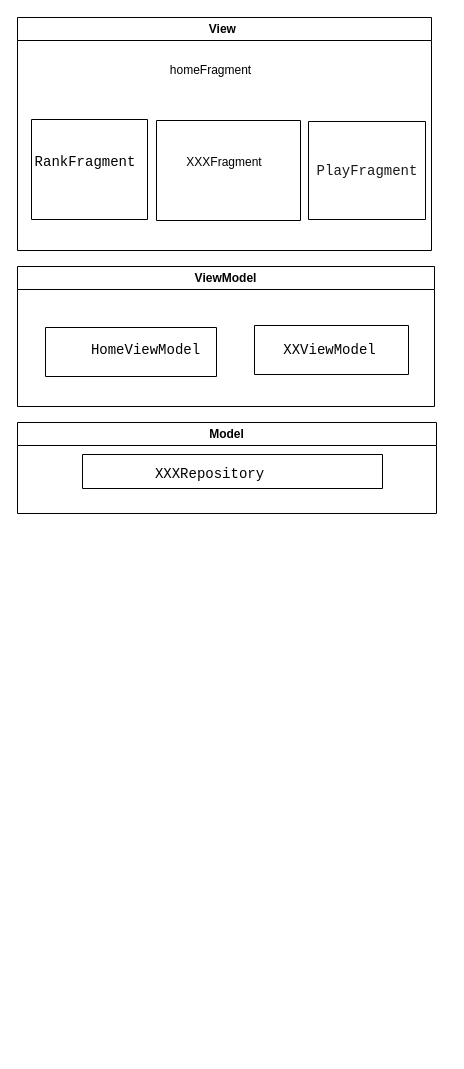
Above: 未命名绘图.drawio in SexyTom/ActionBarEx (draw.io), before the change. Source tidied: cells renumbered, new cells numbered last; positions are measured from the earlier drawing's top-left corner, leaving out a move shared by most shapes. Both pictures are drawn from the tidied source at 100%, with x=0, y=0 at pixel (17, 17).
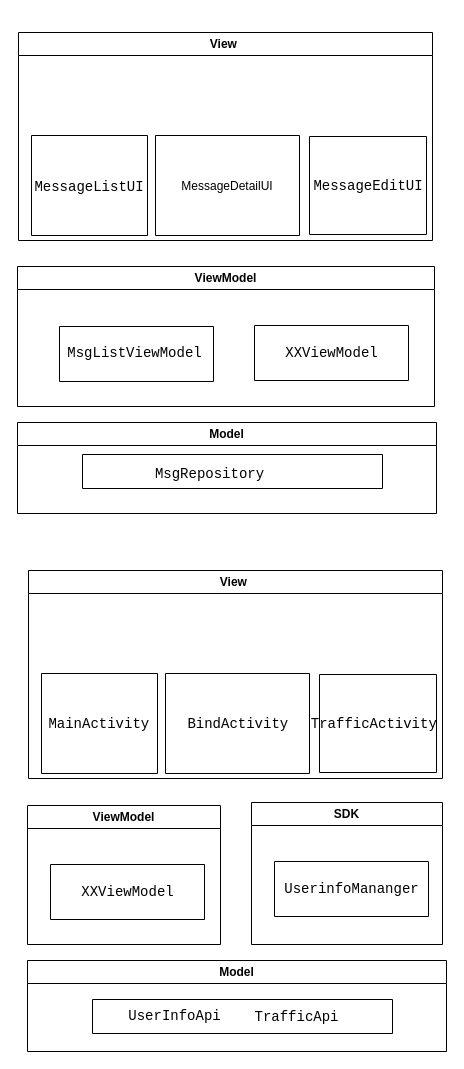
The same diagram, later.

Commit message:
更新未命名绘图.drawio

The change refers to these unchanged cells:
```xml
<mxCell id="3" style="swimlane;startSize=0;" parent="2" vertex="1">
  <mxGeometry x="291" y="104" width="117" height="98" as="geometry" />
</mxCell>
<mxCell id="10" value="ViewModel" style="swimlane;whiteSpace=wrap;html=1;" parent="1" vertex="1">
  <mxGeometry y="249" width="417" height="140" as="geometry" />
</mxCell>
```

The edit, as a diff of the source:
```diff
@@
     <mxCell id="2" value="View&amp;nbsp;" style="swimlane;whiteSpace=wrap;html=1;" parent="1" vertex="1">
-      <mxGeometry width="414" height="233" as="geometry" />
+      <mxGeometry x="1" y="15" width="414" height="208" as="geometry" />
     </mxCell>
@@
-    <mxCell id="4" value="&lt;div style=&quot;font-family: Consolas, &amp;quot;Courier New&amp;quot;, monospace; font-size: 14px; line-height: 19px;&quot;&gt;&lt;span style=&quot;background-color: rgb(255, 255, 255);&quot;&gt;&lt;font color=&quot;#1a1a1a&quot;&gt;PlayFragment&lt;/font&gt;&lt;/span&gt;&lt;/div&gt;" style="text;html=1;strokeColor=none;fillColor=none;align=center;verticalAlign=middle;whiteSpace=wrap;rounded=0;" parent="3" vertex="1">
+    <mxCell id="4" value="&lt;div style=&quot;font-family: Consolas, &amp;quot;Courier New&amp;quot;, monospace; font-size: 14px; line-height: 19px;&quot;&gt;MessageEditUI&lt;br&gt;&lt;/div&gt;" style="text;html=1;strokeColor=none;fillColor=none;align=center;verticalAlign=middle;whiteSpace=wrap;rounded=0;" parent="3" vertex="1">
       <mxGeometry x="28.5" y="35" width="60" height="30" as="geometry" />
     </mxCell>
     <mxCell id="5" style="swimlane;startSize=0;" parent="2" vertex="1">
-      <mxGeometry x="139" y="103" width="144" height="100" as="geometry" />
+      <mxGeometry x="137" y="103" width="144" height="100" as="geometry" />
     </mxCell>
-    <mxCell id="6" value="XXXFragment" style="text;html=1;strokeColor=none;fillColor=none;align=center;verticalAlign=middle;whiteSpace=wrap;rounded=0;" parent="5" vertex="1">
-      <mxGeometry x="38" y="27" width="60" height="30" as="geometry" />
+    <mxCell id="6" value="MessageDetailUI" style="text;html=1;strokeColor=none;fillColor=none;align=center;verticalAlign=middle;whiteSpace=wrap;rounded=0;" parent="5" vertex="1">
+      <mxGeometry x="42" y="36" width="60" height="30" as="geometry" />
     </mxCell>
+    <mxCell id="18" style="edgeStyle=none;curved=1;rounded=0;orthogonalLoop=1;jettySize=auto;html=1;exitX=1;exitY=0;exitDx=0;exitDy=0;fontSize=12;startSize=8;endSize=8;" parent="2" edge="1" source="5" target="5">
+      <mxGeometry relative="1" as="geometry" />
+    </mxCell>
     <mxCell id="7" style="swimlane;startSize=0;" parent="1" vertex="1">
-      <mxGeometry x="14" y="102" width="116" height="100" as="geometry" />
+      <mxGeometry x="14" y="118" width="116" height="100" as="geometry" />
     </mxCell>
-    <mxCell id="8" value="&lt;div style=&quot;font-family: Consolas, &amp;quot;Courier New&amp;quot;, monospace; font-size: 14px; line-height: 19px;&quot;&gt;&lt;span style=&quot;background-color: rgb(255, 255, 255);&quot;&gt;RankFragment&lt;/span&gt;&lt;/div&gt;" style="text;html=1;strokeColor=none;fillColor=none;align=center;verticalAlign=middle;whiteSpace=wrap;rounded=0;" parent="7" vertex="1">
-      <mxGeometry x="23.5" y="28" width="60" height="30" as="geometry" />
+    <mxCell id="8" value="&lt;div style=&quot;font-family: Consolas, &amp;quot;Courier New&amp;quot;, monospace; font-size: 14px; line-height: 19px;&quot;&gt;MessageListUI&lt;br&gt;&lt;/div&gt;" style="text;html=1;strokeColor=none;fillColor=none;align=center;verticalAlign=middle;whiteSpace=wrap;rounded=0;" parent="7" vertex="1">
+      <mxGeometry x="28" y="37" width="60" height="30" as="geometry" />
     </mxCell>
-    <mxCell id="9" value="homeFragment" style="text;html=1;align=center;verticalAlign=middle;strokeColor=none;fillColor=none;" parent="1" vertex="1">
-      <mxGeometry x="143" y="40" width="99" height="26" as="geometry" />
-    </mxCell>
@@
-    <mxCell id="11" style="swimlane;startSize=0;" parent="10" vertex="1">
-      <mxGeometry x="28" y="61" width="171" height="49" as="geometry" />
-    </mxCell>
-    <mxCell id="12" value="&lt;div style=&quot;font-family: Consolas, &amp;quot;Courier New&amp;quot;, monospace; font-size: 14px; line-height: 19px;&quot;&gt;&lt;span style=&quot;background-color: rgb(255, 255, 255);&quot;&gt;HomeViewModel&lt;/span&gt;&lt;/div&gt;" style="text;html=1;align=center;verticalAlign=middle;strokeColor=none;fillColor=none;" parent="11" vertex="1">
-      <mxGeometry x="41" y="7" width="118" height="31" as="geometry" />
-    </mxCell>
     <mxCell id="13" style="swimlane;startSize=0;" parent="10" vertex="1">
-      <mxGeometry x="237" y="59" width="154" height="49" as="geometry" />
+      <mxGeometry x="237" y="59" width="154" height="55" as="geometry" />
     </mxCell>
-    <mxCell id="14" value="&lt;div style=&quot;font-family: Consolas, &amp;quot;Courier New&amp;quot;, monospace; font-size: 14px; line-height: 19px;&quot;&gt;&lt;span style=&quot;background-color: rgb(255, 255, 255);&quot;&gt;XX&lt;/span&gt;&lt;span style=&quot;background-color: rgb(255, 255, 255);&quot;&gt;ViewModel&lt;/span&gt;&lt;/div&gt;" style="text;html=1;align=center;verticalAlign=middle;strokeColor=none;fillColor=none;" parent="10" vertex="1">
-      <mxGeometry x="260" y="68" width="103" height="31" as="geometry" />
+    <mxCell id="14" value="&lt;div style=&quot;font-family: Consolas, &amp;quot;Courier New&amp;quot;, monospace; font-size: 14px; line-height: 19px;&quot;&gt;&lt;span style=&quot;background-color: rgb(255, 255, 255);&quot;&gt;XX&lt;/span&gt;&lt;span style=&quot;background-color: rgb(255, 255, 255);&quot;&gt;ViewModel&lt;/span&gt;&lt;/div&gt;" style="text;html=1;align=center;verticalAlign=middle;strokeColor=none;fillColor=none;" parent="13" vertex="1">
+      <mxGeometry x="25" y="12" width="103" height="31" as="geometry" />
     </mxCell>
+    <mxCell id="19" style="swimlane;startSize=0;" parent="10" vertex="1">
+      <mxGeometry x="42" y="60" width="154" height="55" as="geometry" />
+    </mxCell>
+    <mxCell id="20" value="&lt;div style=&quot;font-family: Consolas, &amp;quot;Courier New&amp;quot;, monospace; font-size: 14px; line-height: 19px;&quot;&gt;&lt;span style=&quot;background-color: rgb(255, 255, 255);&quot;&gt;MsgListViewModel&lt;/span&gt;&lt;/div&gt;" style="text;html=1;align=center;verticalAlign=middle;strokeColor=none;fillColor=none;" parent="10" vertex="1">
+      <mxGeometry x="46" y="71" width="141" height="31" as="geometry" />
+    </mxCell>
@@
-    <mxCell id="17" value="&lt;div style=&quot;font-family: Consolas, &amp;quot;Courier New&amp;quot;, monospace; font-size: 14px; line-height: 19px;&quot;&gt;&lt;div style=&quot;line-height: 19px;&quot;&gt;&lt;span style=&quot;background-color: rgb(255, 255, 255);&quot;&gt;XXXRepository&lt;/span&gt;&lt;/div&gt;&lt;/div&gt;" style="text;html=1;align=center;verticalAlign=middle;strokeColor=none;fillColor=none;" parent="1" vertex="1">
+    <mxCell id="17" value="&lt;div style=&quot;font-family: Consolas, &amp;quot;Courier New&amp;quot;, monospace; font-size: 14px; line-height: 19px;&quot;&gt;&lt;div style=&quot;line-height: 19px;&quot;&gt;&lt;span style=&quot;background-color: rgb(255, 255, 255);&quot;&gt;MsgRepository&lt;/span&gt;&lt;/div&gt;&lt;/div&gt;" style="text;html=1;align=center;verticalAlign=middle;strokeColor=none;fillColor=none;" parent="1" vertex="1">
       <mxGeometry x="133" y="441" width="118" height="31" as="geometry" />
     </mxCell>
+    <mxCell id="21" value="View&amp;nbsp;" style="swimlane;whiteSpace=wrap;html=1;" parent="1" vertex="1">
+      <mxGeometry x="11" y="553" width="414" height="208" as="geometry" />
+    </mxCell>
+    <mxCell id="22" style="swimlane;startSize=0;" parent="21" vertex="1">
+      <mxGeometry x="291" y="104" width="117" height="98" as="geometry" />
+    </mxCell>
+    <mxCell id="23" value="&lt;div style=&quot;font-family: Consolas, &amp;quot;Courier New&amp;quot;, monospace; font-size: 14px; line-height: 19px;&quot;&gt;TrafficActivity&amp;nbsp;&lt;br&gt;&lt;/div&gt;" style="text;html=1;strokeColor=none;fillColor=none;align=center;verticalAlign=middle;whiteSpace=wrap;rounded=0;" parent="22" vertex="1">
+      <mxGeometry x="28.5" y="35" width="60" height="30" as="geometry" />
+    </mxCell>
+    <mxCell id="24" style="swimlane;startSize=0;" parent="21" vertex="1">
+      <mxGeometry x="137" y="103" width="144" height="100" as="geometry" />
+    </mxCell>
+    <mxCell id="25" value="&lt;div style=&quot;font-family: Consolas, &amp;quot;Courier New&amp;quot;, monospace; font-size: 14px; line-height: 19px;&quot;&gt;BindActivity&amp;nbsp;&lt;br&gt;&lt;/div&gt;" style="text;html=1;strokeColor=none;fillColor=none;align=center;verticalAlign=middle;whiteSpace=wrap;rounded=0;" parent="24" vertex="1">
+      <mxGeometry x="47" y="36" width="60" height="30" as="geometry" />
+    </mxCell>
+    <mxCell id="26" style="edgeStyle=none;curved=1;rounded=0;orthogonalLoop=1;jettySize=auto;html=1;exitX=1;exitY=0;exitDx=0;exitDy=0;fontSize=12;startSize=8;endSize=8;" parent="21" edge="1" source="24" target="24">
+      <mxGeometry relative="1" as="geometry" />
+    </mxCell>
+    <mxCell id="27" style="swimlane;startSize=0;" parent="1" vertex="1">
+      <mxGeometry x="24" y="656" width="116" height="100" as="geometry" />
+    </mxCell>
+    <mxCell id="28" value="&lt;div style=&quot;font-family: Consolas, &amp;quot;Courier New&amp;quot;, monospace; font-size: 14px; line-height: 19px;&quot;&gt;MainActivity&amp;nbsp;&lt;br&gt;&lt;/div&gt;" style="text;html=1;strokeColor=none;fillColor=none;align=center;verticalAlign=middle;whiteSpace=wrap;rounded=0;" parent="27" vertex="1">
+      <mxGeometry x="32" y="36" width="60" height="30" as="geometry" />
+    </mxCell>
+    <mxCell id="29" value="ViewModel" style="swimlane;whiteSpace=wrap;html=1;" parent="1" vertex="1">
+      <mxGeometry x="10" y="788" width="193" height="139" as="geometry" />
+    </mxCell>
+    <mxCell id="30" style="swimlane;startSize=0;" parent="29" vertex="1">
+      <mxGeometry x="23" y="59" width="154" height="55" as="geometry" />
+    </mxCell>
+    <mxCell id="31" value="&lt;div style=&quot;font-family: Consolas, &amp;quot;Courier New&amp;quot;, monospace; font-size: 14px; line-height: 19px;&quot;&gt;&lt;span style=&quot;background-color: rgb(255, 255, 255);&quot;&gt;XX&lt;/span&gt;&lt;span style=&quot;background-color: rgb(255, 255, 255);&quot;&gt;ViewModel&lt;/span&gt;&lt;/div&gt;" style="text;html=1;align=center;verticalAlign=middle;strokeColor=none;fillColor=none;" parent="30" vertex="1">
+      <mxGeometry x="25" y="12" width="103" height="31" as="geometry" />
+    </mxCell>
+    <mxCell id="32" value="Model" style="swimlane;whiteSpace=wrap;html=1;" parent="1" vertex="1">
+      <mxGeometry x="10" y="943" width="419" height="91" as="geometry" />
+    </mxCell>
+    <mxCell id="33" style="swimlane;startSize=0;" parent="32" vertex="1">
+      <mxGeometry x="65" y="39" width="300" height="34" as="geometry" />
+    </mxCell>
+    <mxCell id="34" value="&lt;div style=&quot;font-family: Consolas, &amp;quot;Courier New&amp;quot;, monospace; font-size: 14px; line-height: 19px;&quot;&gt;&lt;div style=&quot;line-height: 19px;&quot;&gt;UserInfoApi&lt;br&gt;&lt;/div&gt;&lt;/div&gt;" style="text;html=1;align=center;verticalAlign=middle;strokeColor=none;fillColor=none;" parent="33" vertex="1">
+      <mxGeometry x="30" y="1.5" width="103" height="31" as="geometry" />
+    </mxCell>
+    <mxCell id="35" value="&lt;div style=&quot;font-family: Consolas, &amp;quot;Courier New&amp;quot;, monospace; font-size: 14px; line-height: 19px;&quot;&gt;&lt;div style=&quot;line-height: 19px;&quot;&gt;TrafficApi&lt;br&gt;&lt;/div&gt;&lt;/div&gt;" style="text;html=1;align=center;verticalAlign=middle;strokeColor=none;fillColor=none;" parent="33" vertex="1">
+      <mxGeometry x="156.5" y="2" width="95" height="31" as="geometry" />
+    </mxCell>
+    <mxCell id="36" value="SDK" style="swimlane;whiteSpace=wrap;html=1;startSize=23;" parent="1" vertex="1">
+      <mxGeometry x="234" y="785" width="191" height="142" as="geometry" />
+    </mxCell>
+    <mxCell id="37" style="swimlane;startSize=0;" parent="36" vertex="1">
+      <mxGeometry x="23" y="59" width="154" height="55" as="geometry" />
+    </mxCell>
+    <mxCell id="38" value="&lt;div style=&quot;font-family: Consolas, &amp;quot;Courier New&amp;quot;, monospace; font-size: 14px; line-height: 19px;&quot;&gt;UserinfoMananger&lt;/div&gt;" style="text;html=1;align=center;verticalAlign=middle;strokeColor=none;fillColor=none;" parent="37" vertex="1">
+      <mxGeometry x="6" y="12" width="141" height="31" as="geometry" />
+    </mxCell>
```
